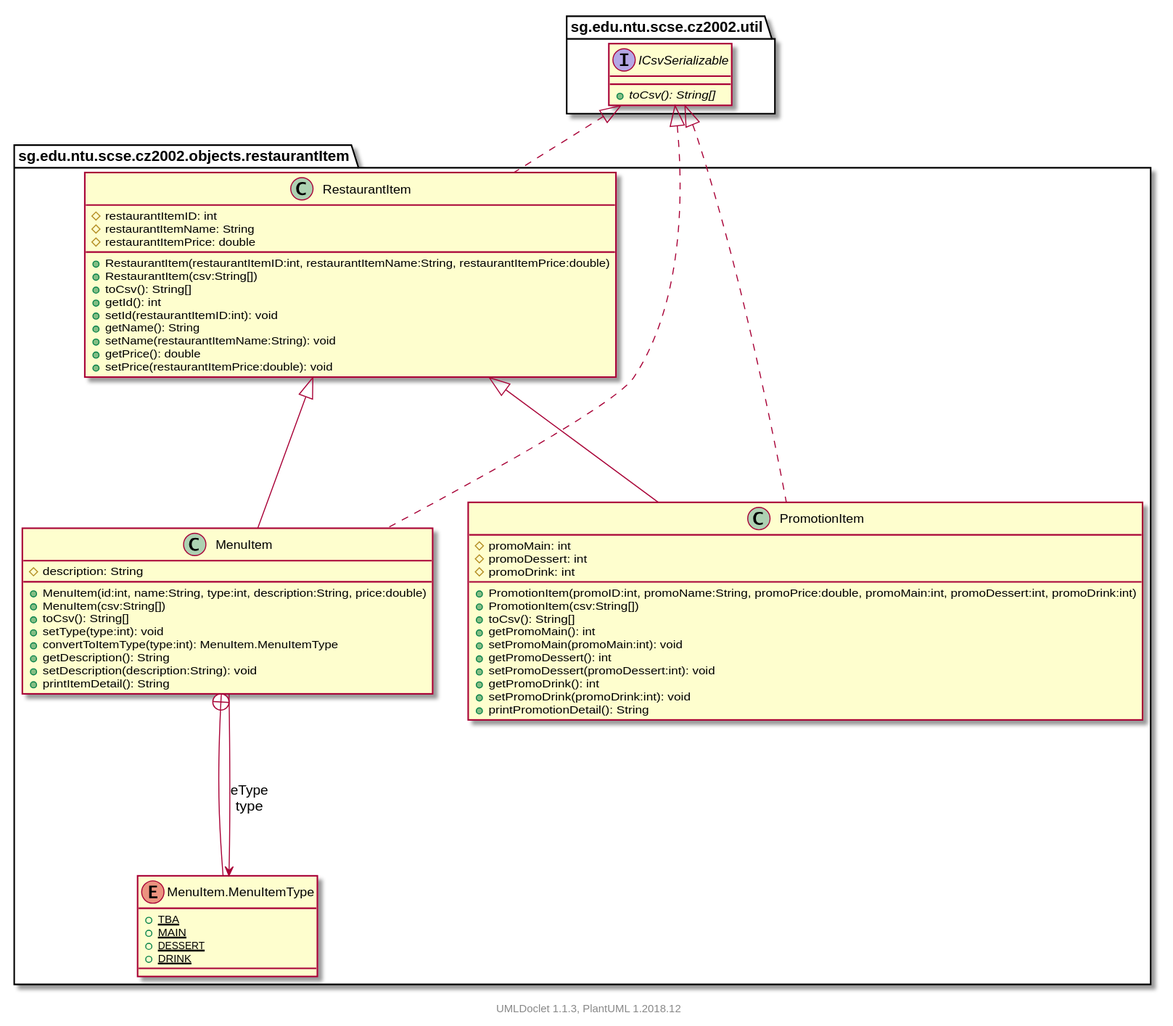
This is projects/oodp/html/umlversion/uml/sg.edu.ntu.scse.cz2002.objects.restaurantItem.package.svg from itachi1706/How-to-use-Git-NTUSCSE1819-Site, a PlantUML export, as it was before one commit.
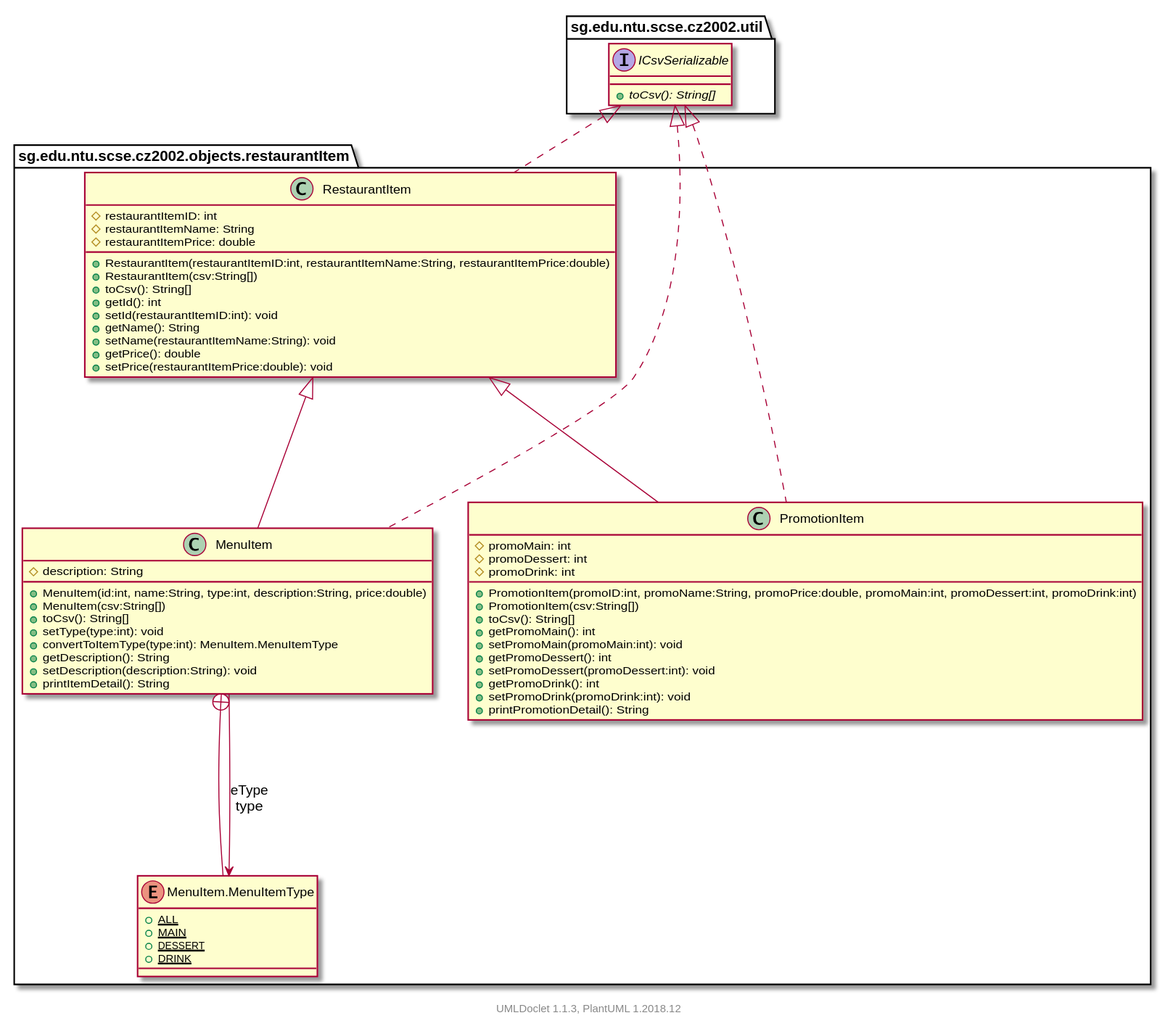
After the change.

The edit, as a diff of the source:
```diff
@@ -15,7 +15,7 @@
         }
 
         enum sg.edu.ntu.scse.cz2002.objects.restaurantItem.MenuItem.MenuItemType [[../sg/edu/ntu/scse/cz2002/objects/restaurantItem/MenuItem.MenuItemType.html]] {
-            {static} +TBA
+            {static} +ALL
             {static} +MAIN
             {static} +DESSERT
             {static} +DRINK
```
